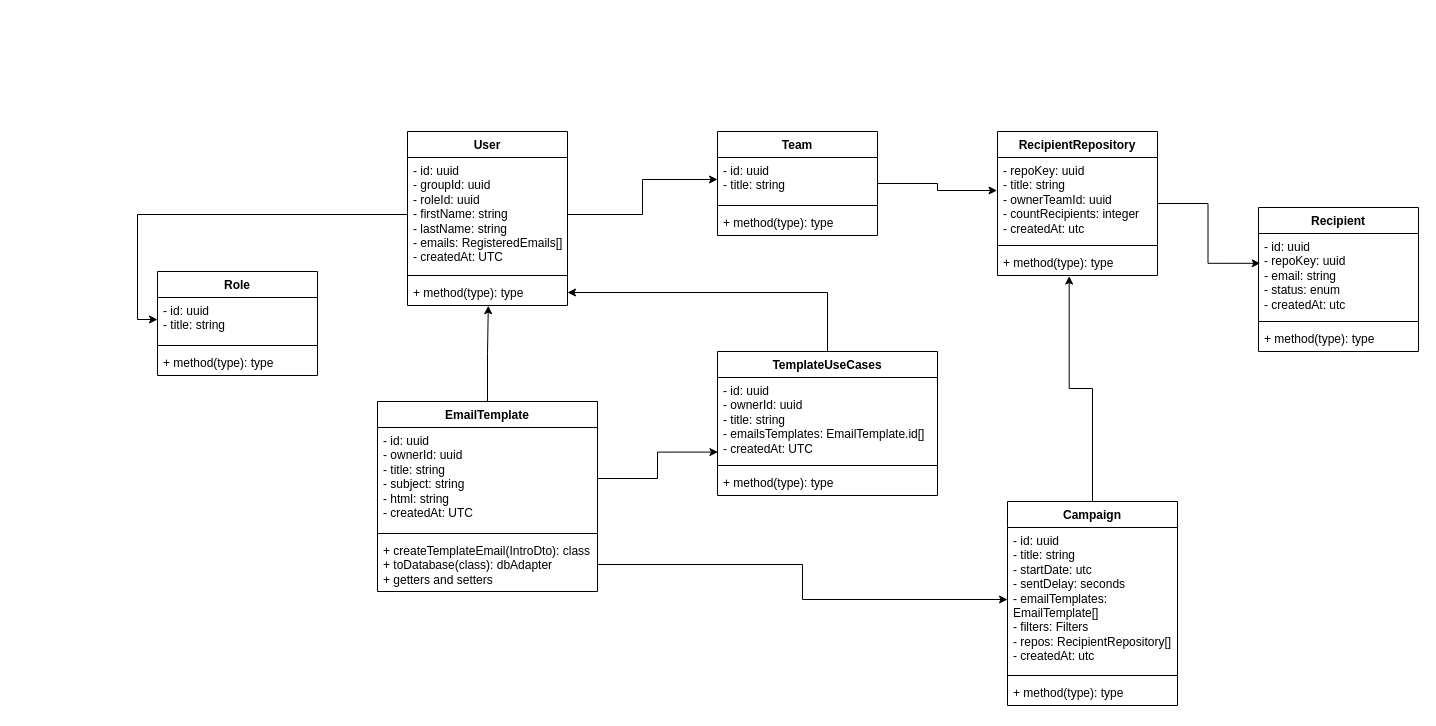
DDEUSM/email-service keeps this draw.io diagram as Diagrama sem nome.drawio. Above is the earlier version. Source tidied: cells renumbered, new cells numbered last; positions are measured from the earlier drawing's top-left corner, leaving out a move shared by most shapes. Both pictures are drawn from the tidied source at 100%, with x=0, y=0 at pixel (157, 131).
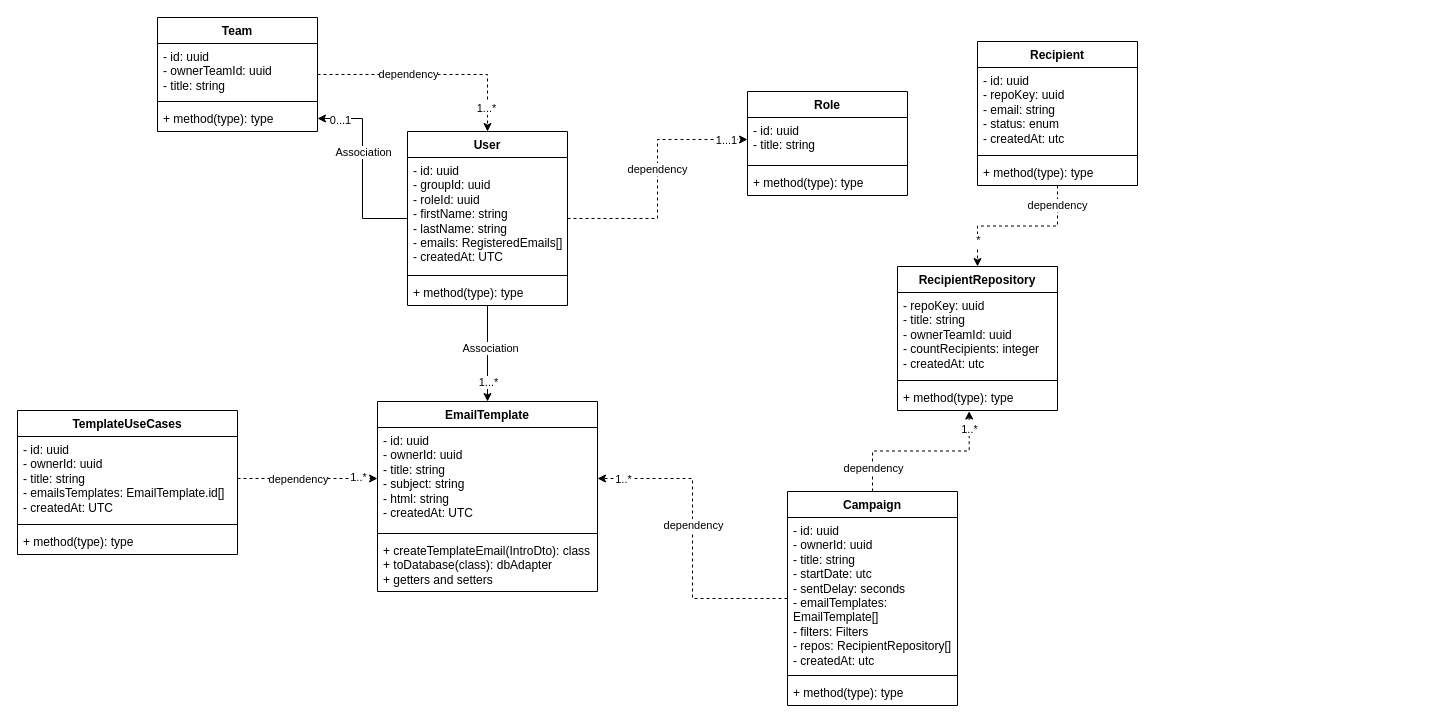
Above is the later version.

The change refers to these unchanged cells:
```xml
<mxCell id="2" value="EmailTemplate" style="swimlane;fontStyle=1;align=center;verticalAlign=top;horizontal=1;startSize=26;whiteSpace=wrap;html=1;" parent="1" vertex="1">
  <mxGeometry x="220" y="270" width="220" height="190" as="geometry" />
</mxCell>
<mxCell id="3" value="- id: uuid&lt;div&gt;- ownerId: uuid&lt;/div&gt;&lt;div&gt;- title: string&lt;/div&gt;&lt;div&gt;- subject: string&lt;/div&gt;&lt;div&gt;- html: string&lt;/div&gt;&lt;div&gt;- createdAt: UTC&lt;/div&gt;" style="text;strokeColor=none;fillColor=none;align=left;verticalAlign=top;spacingLeft=4;spacingRight=4;overflow=hidden;points=[[0,0.5],[1,0.5]];portConstraint=eastwest;whiteSpace=wrap;html=1;" parent="2" vertex="1">
  <mxGeometry y="26" width="220" height="102" as="geometry" />
</mxCell>
<mxCell id="5" value="+ createTemplateEmail(IntroDto): class&lt;div&gt;+ toDatabase(class): dbAdapter&lt;/div&gt;&lt;div&gt;+ getters and setters&lt;/div&gt;" style="text;strokeColor=none;fillColor=none;align=left;verticalAlign=top;spacingLeft=4;spacingRight=4;overflow=hidden;points=[[0,0.5],[1,0.5]];portConstraint=eastwest;whiteSpace=wrap;html=1;" parent="2" vertex="1">
  <mxGeometry y="136" width="220" height="54" as="geometry" />
</mxCell>
<mxCell id="6" value="User" style="swimlane;fontStyle=1;align=center;verticalAlign=top;horizontal=1;startSize=26;whiteSpace=wrap;html=1;" parent="1" vertex="1">
  <mxGeometry x="250" width="160" height="174" as="geometry" />
</mxCell>
<mxCell id="7" value="- id: uuid&lt;div&gt;- groupId: uuid&lt;/div&gt;&lt;div&gt;- roleId: uuid&lt;/div&gt;&lt;div&gt;- firstName: string&lt;/div&gt;&lt;div&gt;- lastName: string&lt;/div&gt;&lt;div&gt;- emails: RegisteredEmails[]&lt;/div&gt;&lt;div&gt;- createdAt: UTC&lt;/div&gt;" style="text;strokeColor=none;fillColor=none;align=left;verticalAlign=top;spacingLeft=4;spacingRight=4;overflow=hidden;points=[[0,0.5],[1,0.5]];portConstraint=eastwest;whiteSpace=wrap;html=1;" parent="6" vertex="1">
  <mxGeometry y="26" width="160" height="114" as="geometry" />
</mxCell>
<mxCell id="9" value="+ method(type): type" style="text;strokeColor=none;fillColor=none;align=left;verticalAlign=top;spacingLeft=4;spacingRight=4;overflow=hidden;points=[[0,0.5],[1,0.5]];portConstraint=eastwest;whiteSpace=wrap;html=1;" parent="6" vertex="1">
  <mxGeometry y="148" width="160" height="26" as="geometry" />
</mxCell>
<mxCell id="11" value="- id: uuid&lt;div&gt;- title: string&lt;/div&gt;" style="text;strokeColor=none;fillColor=none;align=left;verticalAlign=top;spacingLeft=4;spacingRight=4;overflow=hidden;points=[[0,0.5],[1,0.5]];portConstraint=eastwest;whiteSpace=wrap;html=1;" parent="10" vertex="1">
  <mxGeometry y="26" width="160" height="44" as="geometry" />
</mxCell>
<mxCell id="16" value="- id: uuid&lt;div&gt;- ownerId: uuid&lt;/div&gt;&lt;div&gt;- title: string&lt;/div&gt;&lt;div&gt;- emailsTemplates: EmailTemplate.id[]&lt;/div&gt;&lt;div&gt;- createdAt: UTC&lt;/div&gt;" style="text;strokeColor=none;fillColor=none;align=left;verticalAlign=top;spacingLeft=4;spacingRight=4;overflow=hidden;points=[[0,0.5],[1,0.5]];portConstraint=eastwest;whiteSpace=wrap;html=1;" parent="15" vertex="1">
  <mxGeometry y="26" width="220" height="84" as="geometry" />
</mxCell>
<mxCell id="24" value="- id: uuid&lt;div&gt;- repoKey: uuid&lt;br&gt;&lt;div&gt;- email: string&lt;/div&gt;&lt;div&gt;- status: enum&lt;/div&gt;&lt;div&gt;- createdAt: utc&lt;/div&gt;&lt;/div&gt;" style="text;strokeColor=none;fillColor=none;align=left;verticalAlign=top;spacingLeft=4;spacingRight=4;overflow=hidden;points=[[0,0.5],[1,0.5]];portConstraint=eastwest;whiteSpace=wrap;html=1;" parent="23" vertex="1">
  <mxGeometry y="26" width="160" height="84" as="geometry" />
</mxCell>
<mxCell id="32" value="- repoKey: uuid&lt;div&gt;- title: string&lt;br&gt;&lt;div&gt;- ownerTeamId: uuid&lt;/div&gt;&lt;div&gt;- countRecipients: integer&lt;/div&gt;&lt;div&gt;- createdAt: utc&lt;/div&gt;&lt;/div&gt;" style="text;strokeColor=none;fillColor=none;align=left;verticalAlign=top;spacingLeft=4;spacingRight=4;overflow=hidden;points=[[0,0.5],[1,0.5]];portConstraint=eastwest;whiteSpace=wrap;html=1;" parent="31" vertex="1">
  <mxGeometry y="26" width="160" height="84" as="geometry" />
</mxCell>
<mxCell id="34" value="+ method(type): type" style="text;strokeColor=none;fillColor=none;align=left;verticalAlign=top;spacingLeft=4;spacingRight=4;overflow=hidden;points=[[0,0.5],[1,0.5]];portConstraint=eastwest;whiteSpace=wrap;html=1;" parent="31" vertex="1">
  <mxGeometry y="118" width="160" height="26" as="geometry" />
</mxCell>
```

What changed in the source:
```diff
@@
+    <mxCell id="43" style="edgeStyle=orthogonalEdgeStyle;rounded=0;jettySize=auto;html=1;" parent="1" edge="1" source="6" target="30">
+      <mxGeometry relative="1" as="geometry" />
+    </mxCell>
+    <mxCell id="44" value="0...1" style="edgeLabel;html=1;align=center;verticalAlign=middle;" parent="43" vertex="1">
+      <mxGeometry x="0.78" y="1" relative="1" as="geometry">
+        <mxPoint x="1" as="offset" />
+      </mxGeometry>
+    </mxCell>
+    <mxCell id="45" value="Association" style="edgeLabel;html=1;align=center;verticalAlign=middle;" parent="43" vertex="1">
+      <mxGeometry x="0.18" relative="1" as="geometry" />
+    </mxCell>
+    <mxCell id="46" style="edgeStyle=orthogonalEdgeStyle;rounded=0;jettySize=auto;html=1;entryX=0;entryY=0.5;entryDx=0;entryDy=0;dashed=1;" parent="1" edge="1" source="6" target="11">
+      <mxGeometry relative="1" as="geometry" />
+    </mxCell>
+    <mxCell id="47" value="dependency" style="edgeLabel;html=1;align=center;verticalAlign=middle;" parent="46" vertex="1">
+      <mxGeometry x="0.08" y="1" relative="1" as="geometry" />
+    </mxCell>
+    <mxCell id="48" value="1...1" style="edgeLabel;html=1;align=center;verticalAlign=middle;" parent="46" vertex="1">
+      <mxGeometry x="0.83" relative="1" as="geometry" />
+    </mxCell>
+    <mxCell id="49" style="edgeStyle=orthogonalEdgeStyle;rounded=0;jettySize=auto;html=1;" parent="1" edge="1" source="6" target="2">
+      <mxGeometry relative="1" as="geometry" />
+    </mxCell>
+    <mxCell id="50" value="Association" style="edgeLabel;html=1;align=center;verticalAlign=middle;" parent="49" vertex="1">
+      <mxGeometry x="-0.13" y="2" relative="1" as="geometry" />
+    </mxCell>
+    <mxCell id="51" value="1...*" style="edgeLabel;html=1;align=center;verticalAlign=middle;" parent="49" vertex="1">
+      <mxGeometry x="0.58" relative="1" as="geometry" />
+    </mxCell>
@@
     <mxCell id="10" value="Role" style="swimlane;fontStyle=1;align=center;verticalAlign=top;horizontal=1;startSize=26;whiteSpace=wrap;html=1;" parent="1" vertex="1">
-      <mxGeometry y="140" width="160" height="104" as="geometry" />
+      <mxGeometry x="590" y="-40" width="160" height="104" as="geometry" />
     </mxCell>
@@
-    <mxCell id="14" style="edgeStyle=orthogonalEdgeStyle;rounded=0;jettySize=auto;html=1;" parent="1" edge="1" source="15" target="9">
-      <mxGeometry relative="1" as="geometry" />
-    </mxCell>
     <mxCell id="15" value="&lt;div&gt;TemplateUseCases&lt;/div&gt;" style="swimlane;fontStyle=1;align=center;verticalAlign=top;horizontal=1;startSize=26;whiteSpace=wrap;html=1;" parent="1" vertex="1">
-      <mxGeometry x="560" y="220" width="220" height="144" as="geometry" />
+      <mxGeometry x="-140" y="279" width="220" height="144" as="geometry" />
     </mxCell>
@@
+    <mxCell id="52" style="edgeStyle=orthogonalEdgeStyle;rounded=0;jettySize=auto;html=1;dashed=1;" parent="1" edge="1" source="19" target="3">
+      <mxGeometry relative="1" as="geometry" />
+    </mxCell>
+    <mxCell id="53" value="dependency" style="edgeLabel;html=1;align=center;verticalAlign=middle;" parent="52" vertex="1">
+      <mxGeometry x="0.09" relative="1" as="geometry" />
+    </mxCell>
+    <mxCell id="54" value="1..*" style="edgeLabel;html=1;align=center;verticalAlign=middle;" parent="52" vertex="1">
+      <mxGeometry x="0.84" relative="1" as="geometry" />
+    </mxCell>
     <mxCell id="19" value="Campaign" style="swimlane;fontStyle=1;align=center;verticalAlign=top;horizontal=1;startSize=26;whiteSpace=wrap;html=1;" parent="1" vertex="1">
-      <mxGeometry x="850" y="370" width="170" height="204" as="geometry" />
+      <mxGeometry x="630" y="360" width="170" height="214" as="geometry" />
     </mxCell>
-    <mxCell id="20" value="- id: uuid&lt;div&gt;- title: string&lt;/div&gt;&lt;div&gt;- startDate: utc&lt;/div&gt;&lt;div&gt;- sentDelay: seconds&lt;/div&gt;&lt;div&gt;- emailTemplates: EmailTemplate[]&lt;/div&gt;&lt;div&gt;- filters: Filters&lt;/div&gt;&lt;div&gt;- repos: RecipientRepository[]&lt;/div&gt;&lt;div&gt;- createdAt: utc&lt;/div&gt;" style="text;strokeColor=none;fillColor=none;align=left;verticalAlign=top;spacingLeft=4;spacingRight=4;overflow=hidden;points=[[0,0.5],[1,0.5]];portConstraint=eastwest;whiteSpace=wrap;html=1;" parent="19" vertex="1">
-      <mxGeometry y="26" width="170" height="144" as="geometry" />
+    <mxCell id="20" value="- id: uuid&lt;div&gt;- ownerId: uuid&lt;br&gt;&lt;div&gt;- title: string&lt;/div&gt;&lt;div&gt;- startDate: utc&lt;/div&gt;&lt;div&gt;- sentDelay: seconds&lt;/div&gt;&lt;div&gt;- emailTemplates: EmailTemplate[]&lt;/div&gt;&lt;div&gt;- filters: Filters&lt;/div&gt;&lt;div&gt;- repos: RecipientRepository[]&lt;/div&gt;&lt;div&gt;- createdAt: utc&lt;/div&gt;&lt;/div&gt;" style="text;strokeColor=none;fillColor=none;align=left;verticalAlign=top;spacingLeft=4;spacingRight=4;overflow=hidden;points=[[0,0.5],[1,0.5]];portConstraint=eastwest;whiteSpace=wrap;html=1;" parent="19" vertex="1">
+      <mxGeometry y="26" width="170" height="154" as="geometry" />
     </mxCell>
     <mxCell id="21" style="line;strokeWidth=1;fillColor=none;align=left;verticalAlign=middle;spacingTop=-1;spacingLeft=3;spacingRight=3;labelPosition=right;strokeColor=inherit;" parent="19" vertex="1">
-      <mxGeometry y="170" width="170" height="8" as="geometry" />
+      <mxGeometry y="180" width="170" height="8" as="geometry" />
     </mxCell>
     <mxCell id="22" value="+ method(type): type" style="text;strokeColor=none;fillColor=none;align=left;verticalAlign=top;spacingLeft=4;spacingRight=4;overflow=hidden;whiteSpace=wrap;html=1;" parent="19" vertex="1">
-      <mxGeometry y="178" width="170" height="26" as="geometry" />
+      <mxGeometry y="188" width="170" height="26" as="geometry" />
     </mxCell>
+    <mxCell id="55" style="edgeStyle=orthogonalEdgeStyle;rounded=0;jettySize=auto;html=1;entryX=0.5;entryY=0;entryDx=0;entryDy=0;dashed=1;" parent="1" edge="1" source="23" target="31">
+      <mxGeometry relative="1" as="geometry" />
+    </mxCell>
+    <mxCell id="56" value="dependency" style="edgeLabel;html=1;align=center;verticalAlign=middle;" parent="55" vertex="1">
+      <mxGeometry x="-0.77" y="-1" relative="1" as="geometry" />
+    </mxCell>
+    <mxCell id="57" value="*" style="edgeLabel;html=1;align=center;verticalAlign=middle;" parent="55" vertex="1">
+      <mxGeometry x="0.67" relative="1" as="geometry" />
+    </mxCell>
     <mxCell id="23" value="Recipient" style="swimlane;fontStyle=1;align=center;verticalAlign=top;horizontal=1;startSize=26;whiteSpace=wrap;html=1;" parent="1" vertex="1">
-      <mxGeometry x="1101" y="76" width="160" height="144" as="geometry" />
+      <mxGeometry x="820" y="-90" width="160" height="144" as="geometry" />
     </mxCell>
@@
+    <mxCell id="58" style="edgeStyle=orthogonalEdgeStyle;rounded=0;jettySize=auto;html=1;entryX=0.5;entryY=0;entryDx=0;entryDy=0;dashed=1;" parent="1" edge="1" source="27" target="6">
+      <mxGeometry relative="1" as="geometry" />
+    </mxCell>
+    <mxCell id="59" value="dependency" style="edgeLabel;html=1;align=center;verticalAlign=middle;" parent="58" vertex="1">
+      <mxGeometry x="-0.16" y="1" relative="1" as="geometry">
+        <mxPoint x="-5" as="offset" />
+      </mxGeometry>
+    </mxCell>
+    <mxCell id="60" value="1...*" style="edgeLabel;html=1;align=center;verticalAlign=middle;" parent="58" vertex="1">
+      <mxGeometry x="0.8" y="-2" relative="1" as="geometry">
+        <mxPoint y="-1" as="offset" />
+      </mxGeometry>
+    </mxCell>
     <mxCell id="27" value="Team" style="swimlane;fontStyle=1;align=center;verticalAlign=top;horizontal=1;startSize=26;whiteSpace=wrap;html=1;" parent="1" vertex="1">
-      <mxGeometry x="560" width="160" height="104" as="geometry" />
+      <mxGeometry y="-114" width="160" height="114" as="geometry" />
     </mxCell>
-    <mxCell id="28" value="- id: uuid&lt;div&gt;- title: string&lt;/div&gt;" style="text;strokeColor=none;fillColor=none;align=left;verticalAlign=top;spacingLeft=4;spacingRight=4;overflow=hidden;points=[[0,0.5],[1,0.5]];portConstraint=eastwest;whiteSpace=wrap;html=1;" parent="27" vertex="1">
-      <mxGeometry y="26" width="160" height="44" as="geometry" />
+    <mxCell id="28" value="- id: uuid&lt;div&gt;- ownerTeamId: uuid&lt;br&gt;&lt;div&gt;- title: string&lt;/div&gt;&lt;/div&gt;" style="text;strokeColor=none;fillColor=none;align=left;verticalAlign=top;spacingLeft=4;spacingRight=4;overflow=hidden;points=[[0,0.5],[1,0.5]];portConstraint=eastwest;whiteSpace=wrap;html=1;" parent="27" vertex="1">
+      <mxGeometry y="26" width="160" height="54" as="geometry" />
     </mxCell>
     <mxCell id="29" style="line;strokeWidth=1;fillColor=none;align=left;verticalAlign=middle;spacingTop=-1;spacingLeft=3;spacingRight=3;labelPosition=right;strokeColor=inherit;" parent="27" vertex="1">
-      <mxGeometry y="70" width="160" height="8" as="geometry" />
+      <mxGeometry y="80" width="160" height="8" as="geometry" />
     </mxCell>
     <mxCell id="30" value="+ method(type): type" style="text;strokeColor=none;fillColor=none;align=left;verticalAlign=top;spacingLeft=4;spacingRight=4;overflow=hidden;points=[[0,0.5],[1,0.5]];portConstraint=eastwest;whiteSpace=wrap;html=1;" parent="27" vertex="1">
-      <mxGeometry y="78" width="160" height="26" as="geometry" />
+      <mxGeometry y="88" width="160" height="26" as="geometry" />
     </mxCell>
     <mxCell id="31" value="RecipientRepository" style="swimlane;fontStyle=1;align=center;verticalAlign=top;horizontal=1;startSize=26;whiteSpace=wrap;html=1;" parent="1" vertex="1">
-      <mxGeometry x="840" width="160" height="144" as="geometry" />
+      <mxGeometry x="740" y="135" width="160" height="144" as="geometry" />
     </mxCell>
@@
-    <mxCell id="35" style="edgeStyle=orthogonalEdgeStyle;rounded=0;jettySize=auto;html=1;exitX=1;exitY=0.5;exitDx=0;exitDy=0;entryX=0;entryY=0.5;entryDx=0;entryDy=0;" parent="1" edge="1" source="7" target="28">
-      <mxGeometry relative="1" as="geometry" />
-    </mxCell>
-    <mxCell id="36" style="edgeStyle=orthogonalEdgeStyle;rounded=0;jettySize=auto;html=1;entryX=0;entryY=0.5;entryDx=0;entryDy=0;" parent="1" edge="1" source="7" target="11">
-      <mxGeometry relative="1" as="geometry" />
-    </mxCell>
-    <mxCell id="37" style="edgeStyle=orthogonalEdgeStyle;rounded=0;jettySize=auto;html=1;entryX=0.505;entryY=1.008;entryDx=0;entryDy=0;entryPerimeter=0;" parent="1" edge="1" source="2" target="9">
-      <mxGeometry relative="1" as="geometry" />
-    </mxCell>
-    <mxCell id="38" style="edgeStyle=orthogonalEdgeStyle;rounded=0;jettySize=auto;html=1;entryX=0.002;entryY=0.888;entryDx=0;entryDy=0;entryPerimeter=0;" parent="1" edge="1" source="3" target="16">
-      <mxGeometry relative="1" as="geometry" />
-    </mxCell>
-    <mxCell id="39" style="edgeStyle=orthogonalEdgeStyle;rounded=0;jettySize=auto;html=1;entryX=-0.003;entryY=0.393;entryDx=0;entryDy=0;entryPerimeter=0;" parent="1" edge="1" source="27" target="32">
-      <mxGeometry relative="1" as="geometry" />
-    </mxCell>
-    <mxCell id="40" style="edgeStyle=orthogonalEdgeStyle;rounded=0;jettySize=auto;html=1;entryX=0.011;entryY=0.355;entryDx=0;entryDy=0;entryPerimeter=0;" parent="1" edge="1" source="31" target="24">
-      <mxGeometry relative="1" as="geometry" />
-    </mxCell>
-    <mxCell id="41" style="edgeStyle=orthogonalEdgeStyle;rounded=0;jettySize=auto;html=1;entryX=0.448;entryY=1.023;entryDx=0;entryDy=0;entryPerimeter=0;" parent="1" edge="1" source="19" target="34">
+    <mxCell id="41" style="edgeStyle=orthogonalEdgeStyle;rounded=0;jettySize=auto;html=1;entryX=0.448;entryY=1.023;entryDx=0;entryDy=0;entryPerimeter=0;dashed=1;" parent="1" edge="1" source="19" target="34">
       <mxGeometry relative="1" as="geometry" />
     </mxCell>
-    <mxCell id="42" style="edgeStyle=orthogonalEdgeStyle;rounded=0;jettySize=auto;html=1;" parent="1" edge="1" source="5" target="20">
-      <mxGeometry relative="1" as="geometry" />
-    </mxCell>
+    <mxCell id="61" value="dependency" style="edgeLabel;html=1;align=center;verticalAlign=middle;" parent="41" vertex="1">
+      <mxGeometry x="-0.73" relative="1" as="geometry" />
+    </mxCell>
+    <mxCell id="62" value="1..*" style="edgeLabel;html=1;align=center;verticalAlign=middle;" parent="41" vertex="1">
+      <mxGeometry x="0.79" relative="1" as="geometry" />
+    </mxCell>
+    <mxCell id="63" style="edgeStyle=orthogonalEdgeStyle;rounded=0;jettySize=auto;html=1;entryX=0;entryY=0.5;entryDx=0;entryDy=0;dashed=1;" parent="1" edge="1" source="16" target="3">
+      <mxGeometry relative="1" as="geometry" />
+    </mxCell>
+    <mxCell id="64" value="dependency" style="edgeLabel;html=1;align=center;verticalAlign=middle;" parent="63" vertex="1">
+      <mxGeometry x="-0.3" relative="1" as="geometry">
+        <mxPoint x="11" as="offset" />
+      </mxGeometry>
+    </mxCell>
+    <mxCell id="65" value="1..*" style="edgeLabel;html=1;align=center;verticalAlign=middle;" parent="63" vertex="1">
+      <mxGeometry x="0.88" y="2" relative="1" as="geometry">
+        <mxPoint x="-12" as="offset" />
+      </mxGeometry>
+    </mxCell>
```
